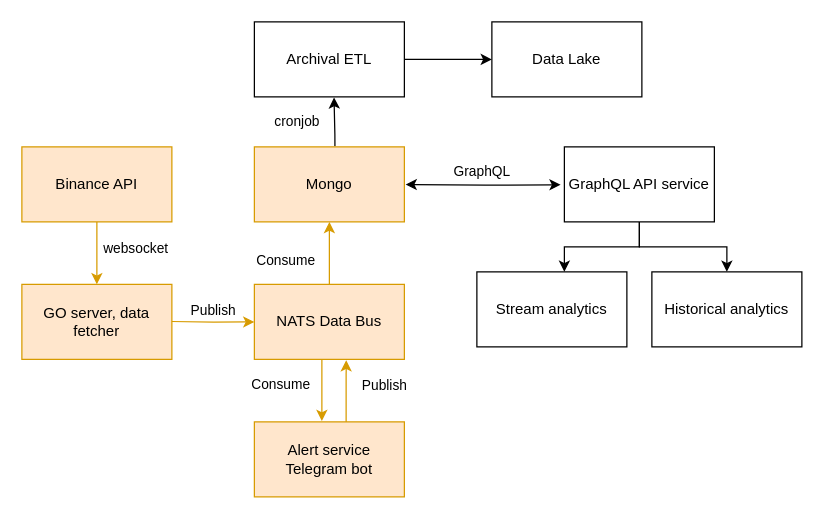
This is schemat koncepcyjny.drawio from amdla/BTCStreamAnalysis, a draw.io file, before an edit. Source tidied: cells renumbered, new cells numbered last; positions are measured from the earlier drawing's top-left corner, leaving out a move shared by most shapes. Both pictures are drawn from the tidied source at 125%, with x=0, y=0 at pixel (21, 21).
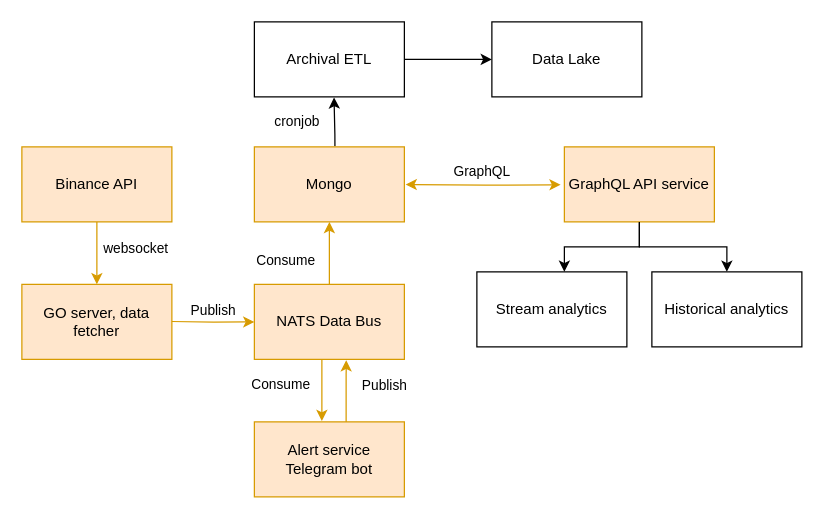
The same page after the edit.

The edit, as a diff of the source:
```diff
@@
-    <mxCell id="16" style="edgeStyle=orthogonalEdgeStyle;rounded=0;jettySize=auto;html=1;startArrow=classic;startFill=1;exitX=1.008;exitY=0.824;exitDx=0;exitDy=0;exitPerimeter=0;entryX=-0.025;entryY=0.505;entryDx=0;entryDy=0;entryPerimeter=0;" parent="1" edge="1" target="20">
+    <mxCell id="16" style="edgeStyle=orthogonalEdgeStyle;rounded=0;jettySize=auto;html=1;startArrow=classic;startFill=1;exitX=1.008;exitY=0.824;exitDx=0;exitDy=0;exitPerimeter=0;entryX=-0.025;entryY=0.505;entryDx=0;entryDy=0;entryPerimeter=0;fillColor=#ffe6cc;strokeColor=#d79b00;" parent="1" edge="1" target="20">
       <mxGeometry relative="1" as="geometry">
         <mxPoint x="307" y="130.1" as="sourcePoint" />
       </mxGeometry>
     </mxCell>
@@
-    <mxCell id="20" value="GraphQL API service" style="rounded=0;whiteSpace=wrap;html=1;" parent="1" vertex="1">
+    <mxCell id="20" value="GraphQL API service" style="rounded=0;whiteSpace=wrap;html=1;fillColor=#ffe6cc;strokeColor=#d79b00;" parent="1" vertex="1">
       <mxGeometry x="434" y="100" width="120" height="60" as="geometry" />
     </mxCell>
```
